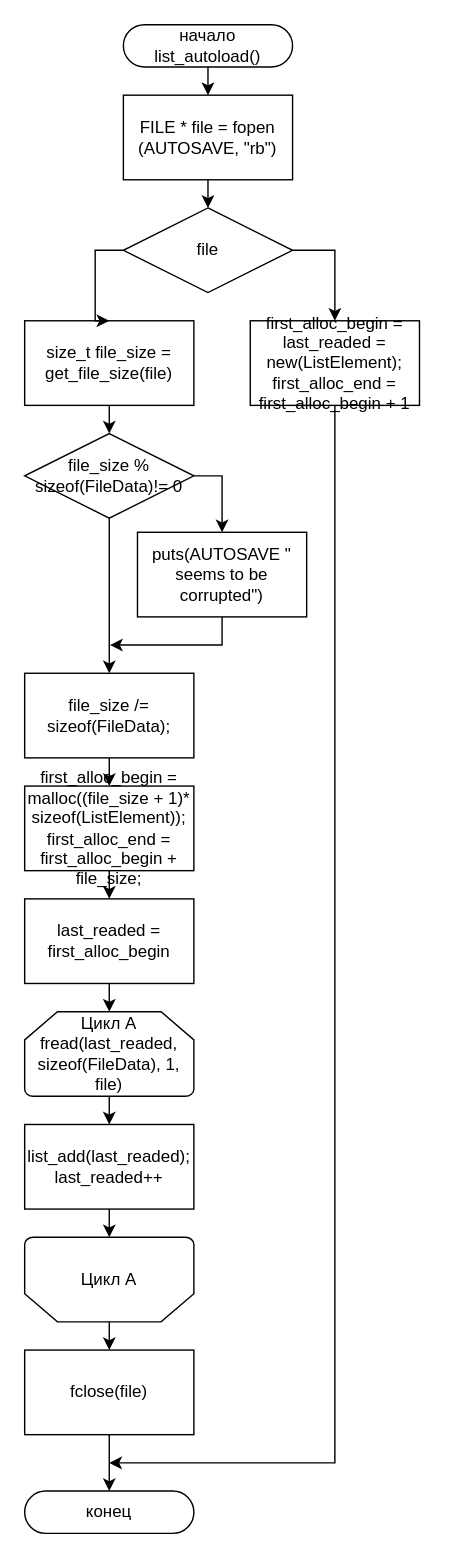
The draw.io diagram ПЗ/Diagrams/list_autosave.drawio in Killfrra/AnP, before the edit. Source tidied: cells renumbered, new cells numbered last; positions are measured from the earlier drawing's top-left corner, leaving out a move shared by most shapes. Both pictures are drawn from the tidied source at 141%, with x=0, y=0 at pixel (24, 24).
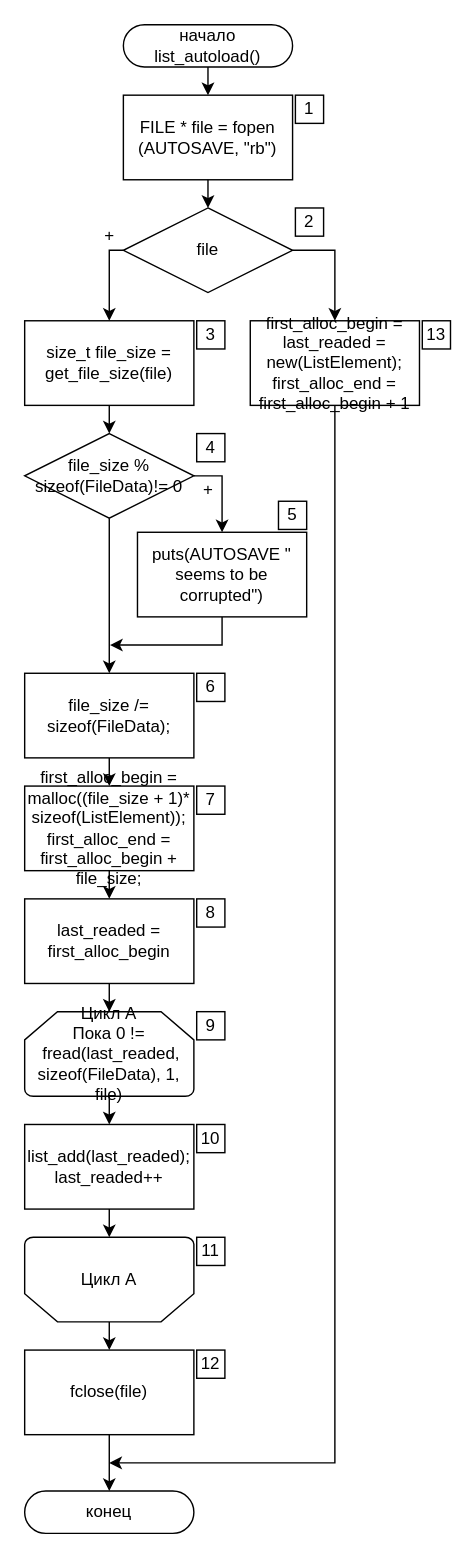
The same diagram, later.

The change refers to these unchanged cells:
```xml
<mxCell id="6" value="file" style="rhombus;whiteSpace=wrap;html=1;rounded=0;" parent="1" vertex="1">
  <mxGeometry x="70" y="130" width="120" height="60" as="geometry" />
</mxCell>
<mxCell id="20" value="size_t file_size = get_file_size(file)" style="rounded=0;whiteSpace=wrap;html=1;" parent="1" vertex="1">
  <mxGeometry y="210" width="120" height="60" as="geometry" />
</mxCell>
```

Diff of the diagram source:
```diff
@@
-    <mxCell id="7" value="Цикл A&lt;br&gt;fread(last_readed, sizeof(FileData), 1, file)" style="strokeWidth=1;html=1;shape=mxgraph.flowchart.loop_limit;whiteSpace=wrap;flipV=0;" parent="1" vertex="1">
+    <mxCell id="7" value="Цикл A&lt;br&gt;Пока 0 !=&lt;br&gt;&amp;nbsp;fread(last_readed, sizeof(FileData), 1, file)" style="strokeWidth=1;html=1;shape=mxgraph.flowchart.loop_limit;whiteSpace=wrap;flipV=0;" parent="1" vertex="1">
       <mxGeometry y="700" width="120" height="60" as="geometry" />
     </mxCell>
@@
     <mxCell id="24" style="edgeStyle=orthogonalEdgeStyle;rounded=0;jettySize=auto;html=1;exitX=0;exitY=0.5;exitDx=0;exitDy=0;entryX=0.5;entryY=0;entryDx=0;entryDy=0;" parent="1" edge="1" source="6" target="20">
-      <mxGeometry relative="1" as="geometry" />
+      <mxGeometry relative="1" as="geometry">
+        <Array as="points">
+          <mxPoint x="60" y="160" />
+        </Array>
+      </mxGeometry>
     </mxCell>
@@
-    <mxCell id="32" value="&lt;span&gt;first_alloc_begin = malloc((file_size + 1)* sizeof(ListElement));&lt;br&gt;&lt;/span&gt;first_alloc_end = first_alloc_begin + file_size;&lt;span&gt;&lt;br&gt;&lt;/span&gt;" style="rounded=0;whiteSpace=wrap;html=1;" parent="1" vertex="1">
+    <mxCell id="32" value="&lt;font style=&quot;font-size: 12px&quot;&gt;&lt;span&gt;first_alloc_begin = malloc((file_size + 1)* sizeof(ListElement));&lt;br&gt;&lt;/span&gt;first_alloc_end = first_alloc_begin + file_size;&lt;/font&gt;&lt;span&gt;&lt;br&gt;&lt;/span&gt;" style="rounded=0;whiteSpace=wrap;html=1;" parent="1" vertex="1">
       <mxGeometry y="540" width="120" height="60" as="geometry" />
     </mxCell>
+    <mxCell id="33" value="1" style="whiteSpace=wrap;html=1;" parent="1" vertex="1">
+      <mxGeometry x="192" y="50" width="20" height="20" as="geometry" />
+    </mxCell>
+    <mxCell id="34" value="2" style="whiteSpace=wrap;html=1;" parent="1" vertex="1">
+      <mxGeometry x="192" y="130" width="20" height="20" as="geometry" />
+    </mxCell>
+    <mxCell id="35" value="13" style="whiteSpace=wrap;html=1;" parent="1" vertex="1">
+      <mxGeometry x="282" y="210" width="20" height="20" as="geometry" />
+    </mxCell>
+    <mxCell id="36" value="3" style="whiteSpace=wrap;html=1;" parent="1" vertex="1">
+      <mxGeometry x="122" y="210" width="20" height="20" as="geometry" />
+    </mxCell>
+    <mxCell id="37" value="4" style="whiteSpace=wrap;html=1;" parent="1" vertex="1">
+      <mxGeometry x="122" y="290" width="20" height="20" as="geometry" />
+    </mxCell>
+    <mxCell id="38" value="5" style="whiteSpace=wrap;html=1;" parent="1" vertex="1">
+      <mxGeometry x="180" y="338" width="20" height="20" as="geometry" />
+    </mxCell>
+    <mxCell id="39" value="6" style="whiteSpace=wrap;html=1;" parent="1" vertex="1">
+      <mxGeometry x="122" y="460" width="20" height="20" as="geometry" />
+    </mxCell>
+    <mxCell id="40" value="7" style="whiteSpace=wrap;html=1;" parent="1" vertex="1">
+      <mxGeometry x="122" y="540" width="20" height="20" as="geometry" />
+    </mxCell>
+    <mxCell id="41" value="8" style="whiteSpace=wrap;html=1;" parent="1" vertex="1">
+      <mxGeometry x="122" y="620" width="20" height="20" as="geometry" />
+    </mxCell>
+    <mxCell id="42" value="9" style="whiteSpace=wrap;html=1;" parent="1" vertex="1">
+      <mxGeometry x="122" y="700" width="20" height="20" as="geometry" />
+    </mxCell>
+    <mxCell id="43" value="10" style="whiteSpace=wrap;html=1;" parent="1" vertex="1">
+      <mxGeometry x="122" y="780" width="20" height="20" as="geometry" />
+    </mxCell>
+    <mxCell id="44" value="11" style="whiteSpace=wrap;html=1;" parent="1" vertex="1">
+      <mxGeometry x="122" y="860" width="20" height="20" as="geometry" />
+    </mxCell>
+    <mxCell id="45" value="12" style="whiteSpace=wrap;html=1;" parent="1" vertex="1">
+      <mxGeometry x="122" y="940" width="20" height="20" as="geometry" />
+    </mxCell>
+    <mxCell id="46" value="+" style="text;html=1;align=center;verticalAlign=middle;" parent="1" vertex="1">
+      <mxGeometry x="50" y="140" width="20" height="20" as="geometry" />
+    </mxCell>
+    <mxCell id="47" value="+" style="text;html=1;align=center;verticalAlign=middle;" parent="1" vertex="1">
+      <mxGeometry x="120" y="320" width="20" height="20" as="geometry" />
+    </mxCell>
```
